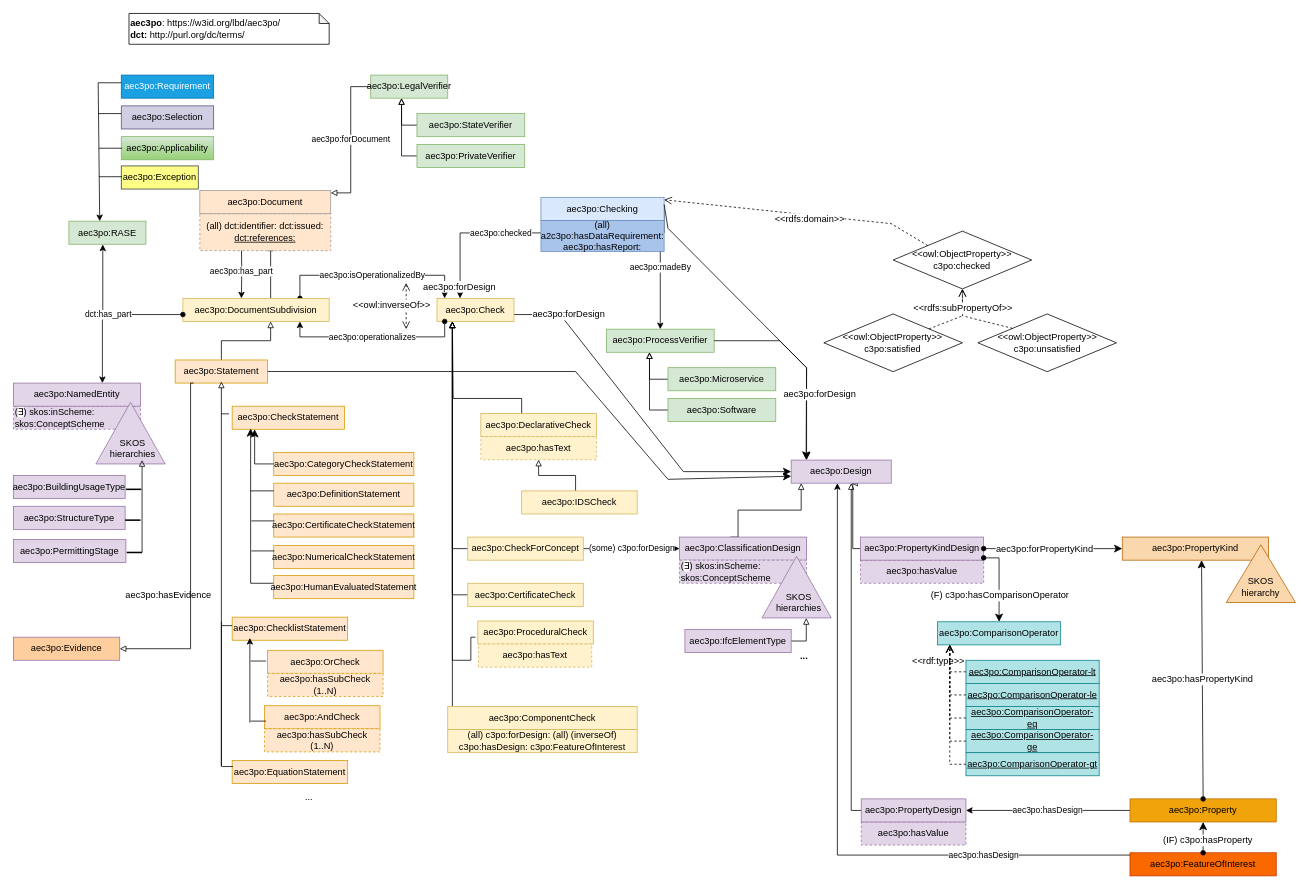
This is page "aec3po" (1 of 9) of aec3po.drawio from Accord-Project/aec3po, a draw.io file, before an edit. Source tidied: cells renumbered, new cells numbered last; positions are measured from the earlier drawing's top-left corner, leaving out a move shared by most shapes. Both pictures are drawn from the tidied source at 77%, with x=0, y=0 at pixel (13, 13).
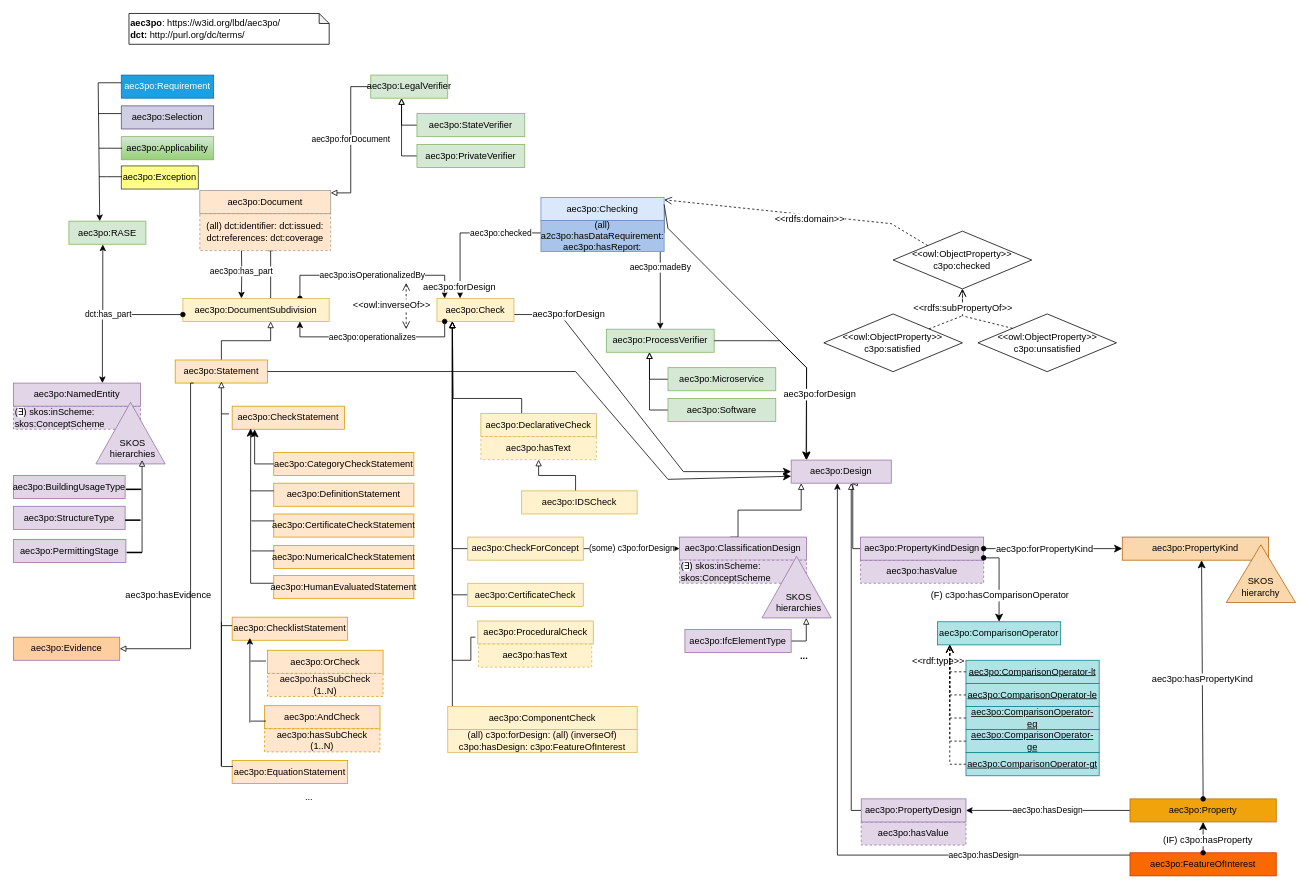
Above is the later version.

What changed in the source:
```diff
@@
-    <mxCell id="138" value="(all) dct:identifier: dct:issued: &lt;u&gt;dct:references:&lt;/u&gt;" style="rounded=0;whiteSpace=wrap;html=1;dashed=1;shadow=0;strokeColor=#999999;fillColor=#FFE6CC;" parent="1" vertex="1">
+    <mxCell id="138" value="(all) dct:identifier: dct:issued: dct:references: dct:coverage" style="rounded=0;whiteSpace=wrap;html=1;dashed=1;shadow=0;strokeColor=#999999;fillColor=#FFE6CC;" parent="1" vertex="1">
       <mxGeometry x="242" y="260" width="170" height="48" as="geometry" />
     </mxCell>
```
